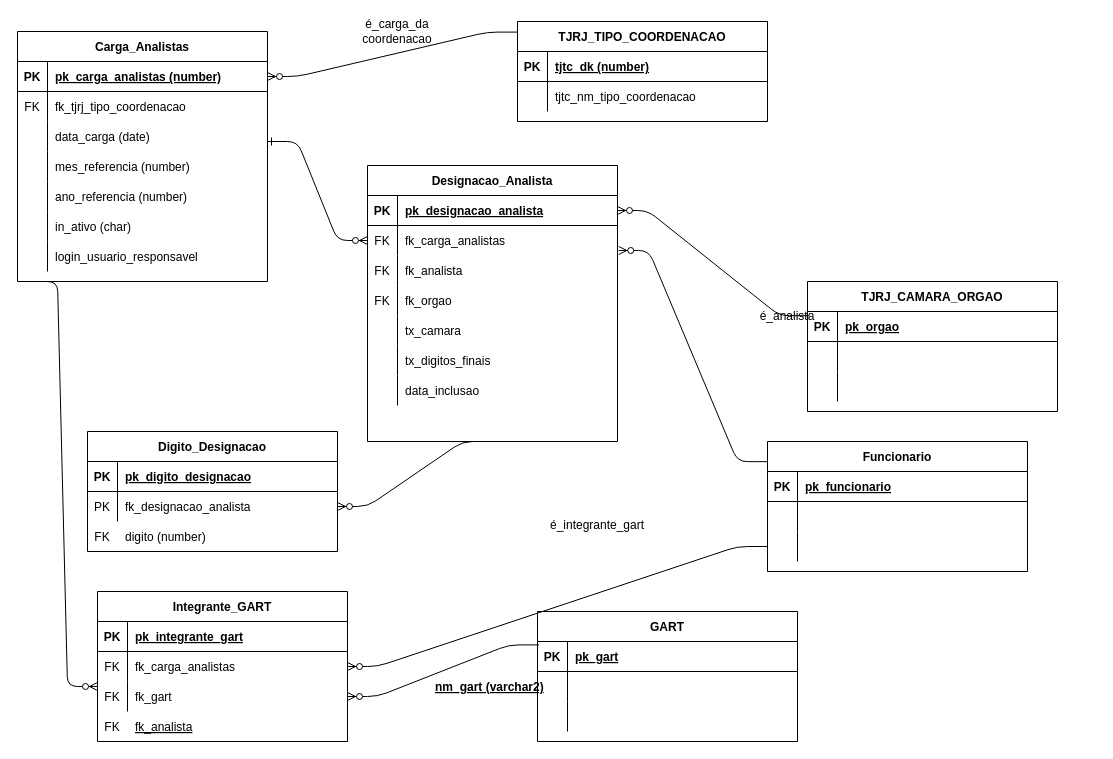
Earlier version of the draw.io diagram Distribuicao_Analistas_2a_Inst.drawio (gugahh/diagramasmprj). Source tidied: cells renumbered, new cells numbered last; positions are measured from the earlier drawing's top-left corner, leaving out a move shared by most shapes. Both pictures are drawn from the tidied source at 100%, with x=0, y=0 at pixel (17, 21).
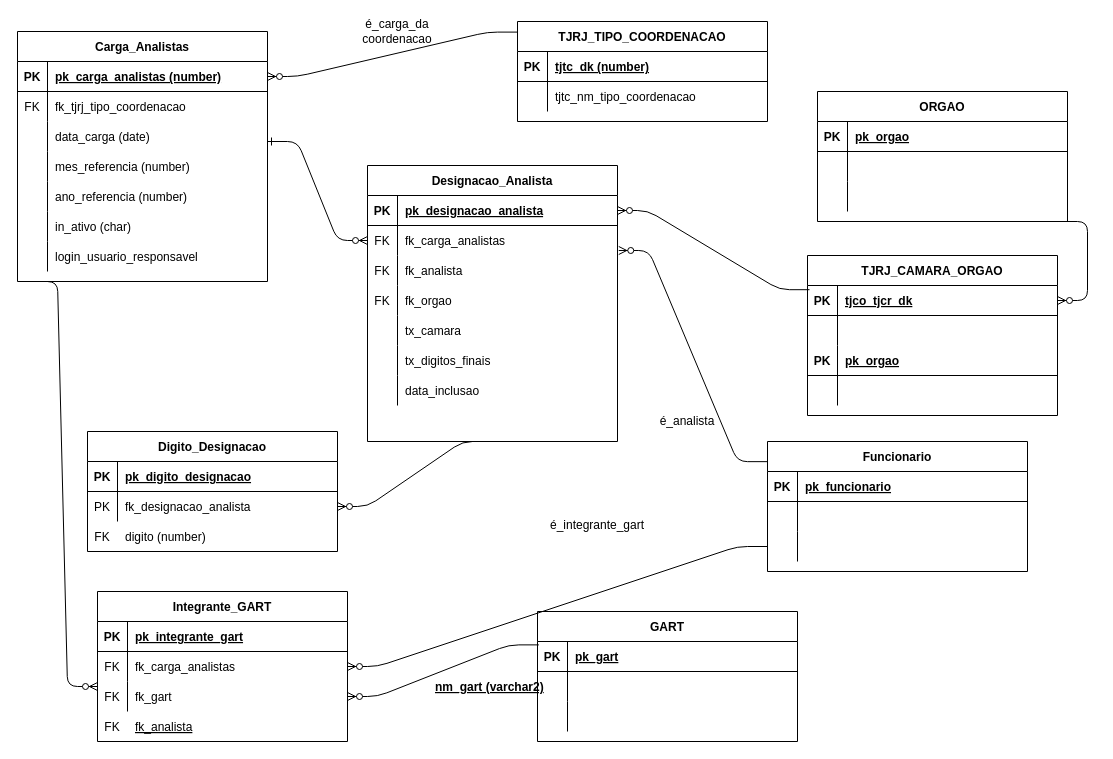
After the change.

Unchanged cells that the change refers to:
```xml
<mxCell id="27" style="shape=partialRectangle;fillColor=none;points=[[0,0.5],[1,0.5]];portConstraint=eastwest;top=0;left=0;right=0;bottom=1;" parent="26" vertex="1">
  <mxGeometry y="30" width="250" height="30" as="geometry" />
</mxCell>
```

Diff of the diagram source:
```diff
@@
     <mxCell id="26" value="TJRJ_CAMARA_ORGAO" style="shape=table;startSize=30;childLayout=tableLayout;rowLines=0;fontStyle=1;align=center;" parent="1" vertex="1">
-      <mxGeometry x="790" y="260" width="250" height="130" as="geometry" />
+      <mxGeometry x="790" y="234" width="250" height="160" as="geometry" />
     </mxCell>
@@
-    <mxCell id="29" value="pk_orgao" style="shape=partialRectangle;overflow=hidden;fillColor=none;top=0;left=0;bottom=0;right=0;align=left;spacingLeft=6;fontStyle=5;" parent="27" vertex="1">
+    <mxCell id="29" value="tjco_tjcr_dk" style="shape=partialRectangle;overflow=hidden;fillColor=none;top=0;left=0;bottom=0;right=0;align=left;spacingLeft=6;fontStyle=5;" parent="27" vertex="1">
       <mxGeometry x="30" width="220" height="30" as="geometry" />
     </mxCell>
@@
+    <mxCell id="123" style="shape=partialRectangle;fillColor=none;top=0;left=0;right=0;bottom=1;" parent="26" vertex="1">
+      <mxGeometry y="90" width="250" height="30" as="geometry" />
+    </mxCell>
+    <mxCell id="124" value="PK" style="shape=partialRectangle;overflow=hidden;fillColor=none;top=0;left=0;bottom=0;right=0;fontStyle=1;" parent="123" vertex="1">
+      <mxGeometry width="30" height="30" as="geometry" />
+    </mxCell>
+    <mxCell id="125" value="pk_orgao" style="shape=partialRectangle;overflow=hidden;fillColor=none;top=0;left=0;bottom=0;right=0;align=left;spacingLeft=6;fontStyle=5;" parent="123" vertex="1">
+      <mxGeometry x="30" width="220" height="30" as="geometry" />
+    </mxCell>
     <mxCell id="33" style="shape=partialRectangle;fillColor=none;top=0;left=0;right=0;bottom=0;" parent="26" vertex="1">
-      <mxGeometry y="90" width="250" height="30" as="geometry" />
+      <mxGeometry y="120" width="250" height="30" as="geometry" />
     </mxCell>
@@
     <mxCell id="80" value="é_analista" style="text;html=1;strokeColor=none;fillColor=none;align=center;verticalAlign=middle;whiteSpace=wrap;rounded=0;" parent="1" vertex="1">
-      <mxGeometry x="750" y="285" width="40" height="20" as="geometry" />
+      <mxGeometry x="650" y="390" width="40" height="20" as="geometry" />
     </mxCell>
@@
+    <mxCell id="126" value="ORGAO" style="shape=table;startSize=30;childLayout=tableLayout;rowLines=0;fontStyle=1;align=center;" parent="1" vertex="1">
+      <mxGeometry x="800" y="70" width="250" height="130" as="geometry" />
+    </mxCell>
+    <mxCell id="127" style="shape=partialRectangle;fillColor=none;top=0;left=0;right=0;bottom=1;" parent="126" vertex="1">
+      <mxGeometry y="30" width="250" height="30" as="geometry" />
+    </mxCell>
+    <mxCell id="128" value="PK" style="shape=partialRectangle;overflow=hidden;fillColor=none;top=0;left=0;bottom=0;right=0;fontStyle=1;" parent="127" vertex="1">
+      <mxGeometry width="30" height="30" as="geometry" />
+    </mxCell>
+    <mxCell id="129" value="pk_orgao" style="shape=partialRectangle;overflow=hidden;fillColor=none;top=0;left=0;bottom=0;right=0;align=left;spacingLeft=6;fontStyle=5;" parent="127" vertex="1">
+      <mxGeometry x="30" width="220" height="30" as="geometry" />
+    </mxCell>
+    <mxCell id="130" style="shape=partialRectangle;fillColor=none;top=0;left=0;right=0;bottom=0;" parent="126" vertex="1">
+      <mxGeometry y="60" width="250" height="30" as="geometry" />
+    </mxCell>
+    <mxCell id="131" style="shape=partialRectangle;overflow=hidden;fillColor=none;top=0;left=0;bottom=0;right=0;" parent="130" vertex="1">
+      <mxGeometry width="30" height="30" as="geometry" />
+    </mxCell>
+    <mxCell id="132" style="shape=partialRectangle;overflow=hidden;fillColor=none;top=0;left=0;bottom=0;right=0;align=left;spacingLeft=6;" parent="130" vertex="1">
+      <mxGeometry x="30" width="220" height="30" as="geometry" />
+    </mxCell>
+    <mxCell id="133" style="shape=partialRectangle;fillColor=none;top=0;left=0;right=0;bottom=0;" parent="126" vertex="1">
+      <mxGeometry y="90" width="250" height="30" as="geometry" />
+    </mxCell>
+    <mxCell id="134" style="shape=partialRectangle;overflow=hidden;fillColor=none;top=0;left=0;bottom=0;right=0;" parent="133" vertex="1">
+      <mxGeometry width="30" height="30" as="geometry" />
+    </mxCell>
+    <mxCell id="135" style="shape=partialRectangle;overflow=hidden;fillColor=none;top=0;left=0;bottom=0;right=0;align=left;spacingLeft=6;" parent="133" vertex="1">
+      <mxGeometry x="30" width="220" height="30" as="geometry" />
+    </mxCell>
+    <mxCell id="136" style="edgeStyle=entityRelationEdgeStyle;fontSize=12;html=1;endArrow=ERzeroToMany;endFill=1;exitX=0.5;exitY=1;exitDx=0;exitDy=0;" parent="1" edge="1" source="126" target="27">
+      <mxGeometry relative="1" as="geometry" />
+    </mxCell>
```
